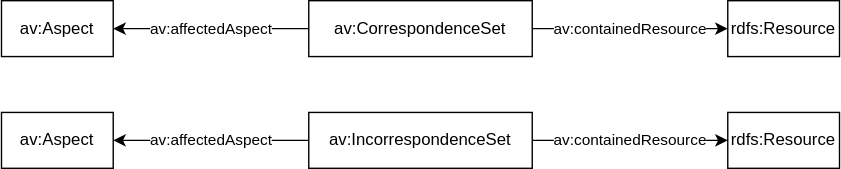
The draw.io diagram correspondenceGraph.svg in fusion-jena/abecto-vocabulary, before a commit. Source tidied: cells renumbered, new cells last; positions are measured from the earlier drawing's top-left corner, leaving out a move shared by most shapes.
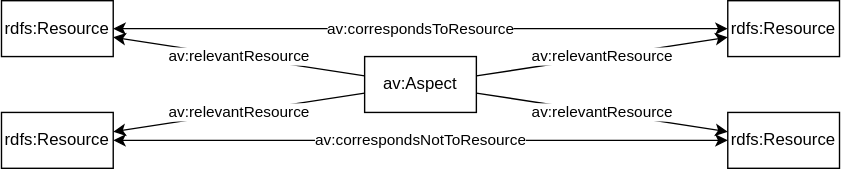
After the commit.

Commit message:
change (in)correspondence representation

Change to the diagram source:
```diff
@@ -2,35 +2,38 @@
   <root>
     <mxCell id="0" />
     <mxCell id="1" parent="0" />
-    <mxCell id="2" value="av:CorrespondenceSet" style="whiteSpace=wrap;html=1;" parent="1" vertex="1">
-      <mxGeometry x="220" width="160" height="40" as="geometry" />
-    </mxCell>
-    <mxCell id="3" value="av:IncorrespondenceSet" style="whiteSpace=wrap;html=1;" parent="1" vertex="1">
-      <mxGeometry x="220" y="80" width="160" height="40" as="geometry" />
-    </mxCell>
-    <mxCell id="4" value="av:affectedAspect" style="edgeStyle=none;rounded=0;jettySize=auto;html=1;" parent="1" edge="1" source="2" target="5">
-      <mxGeometry relative="1" as="geometry" />
-    </mxCell>
-    <mxCell id="5" value="av:Aspect" style="whiteSpace=wrap;html=1;" parent="1" vertex="1">
-      <mxGeometry width="80" height="40" as="geometry" />
-    </mxCell>
     <mxCell id="6" value="rdfs:Resource" style="whiteSpace=wrap;html=1;" parent="1" vertex="1">
       <mxGeometry x="520" width="80" height="40" as="geometry" />
     </mxCell>
-    <mxCell id="7" value="av:containedResource" style="edgeStyle=none;rounded=0;jettySize=auto;html=1;" parent="1" edge="1" source="2" target="6">
-      <mxGeometry relative="1" as="geometry" />
-    </mxCell>
-    <mxCell id="8" value="av:affectedAspect" style="edgeStyle=none;rounded=0;jettySize=auto;html=1;" parent="1" edge="1" source="3" target="9">
+    <mxCell id="8" value="av:relevantResource" style="edgeStyle=none;rounded=0;jettySize=auto;html=1;" parent="1" edge="1" source="9" target="6">
       <mxGeometry relative="1" as="geometry" />
     </mxCell>
+    <mxCell id="10" value="rdfs:Resource" style="whiteSpace=wrap;html=1;" parent="1" vertex="1">
+      <mxGeometry x="520" y="80" width="80" height="40" as="geometry" />
+    </mxCell>
+    <mxCell id="12" value="rdfs:Resource" style="whiteSpace=wrap;html=1;" parent="1" vertex="1">
+      <mxGeometry y="80" width="80" height="40" as="geometry" />
+    </mxCell>
+    <mxCell id="13" value="av:correspondsNotToResource" style="rounded=0;jettySize=auto;html=1;startArrow=classic;startFill=1;" parent="1" edge="1" source="10" target="12">
+      <mxGeometry relative="1" as="geometry" />
+    </mxCell>
+    <mxCell id="14" value="rdfs:Resource" style="whiteSpace=wrap;html=1;" parent="1" vertex="1">
+      <mxGeometry width="80" height="40" as="geometry" />
+    </mxCell>
+    <mxCell id="15" value="av:correspondsToResource" style="rounded=0;jettySize=auto;html=1;startArrow=classic;startFill=1;" parent="1" edge="1" source="6" target="14">
+      <mxGeometry relative="1" as="geometry" />
+    </mxCell>
     <mxCell id="9" value="av:Aspect" style="whiteSpace=wrap;html=1;" parent="1" vertex="1">
-      <mxGeometry y="80" width="80" height="40" as="geometry" />
+      <mxGeometry x="260" y="40" width="80" height="40" as="geometry" />
     </mxCell>
-    <mxCell id="10" value="rdfs:Resource" style="whiteSpace=wrap;html=1;" parent="1" vertex="1">
-      <mxGeometry x="520" y="80" width="80" height="40" as="geometry" />
-    </mxCell>
-    <mxCell id="11" value="av:containedResource" style="edgeStyle=none;rounded=0;jettySize=auto;html=1;" parent="1" edge="1" source="3" target="10">
-      <mxGeometry relative="1" as="geometry" />
-    </mxCell>
+    <mxCell id="16" value="av:relevantResource" style="edgeStyle=none;rounded=0;jettySize=auto;html=1;" parent="1" edge="1" source="9" target="10">
+      <mxGeometry relative="1" as="geometry" />
+    </mxCell>
+    <mxCell id="17" value="av:relevantResource" style="edgeStyle=none;rounded=0;jettySize=auto;html=1;" parent="1" edge="1" source="9" target="12">
+      <mxGeometry relative="1" as="geometry" />
+    </mxCell>
+    <mxCell id="18" value="av:relevantResource" style="edgeStyle=none;rounded=0;jettySize=auto;html=1;" parent="1" edge="1" source="9" target="14">
+      <mxGeometry relative="1" as="geometry" />
+    </mxCell>
   </root>
 </mxGraphModel>
```
